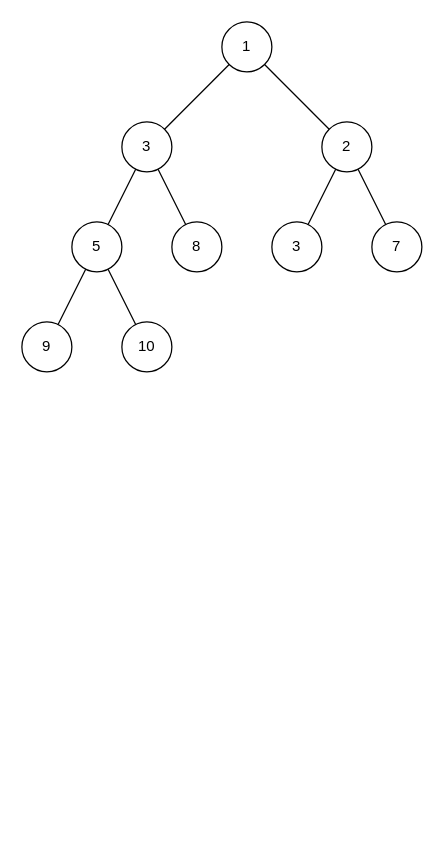
Gearinger/GearSetting keeps this draw.io diagram as drawio/二叉堆.drawio. Above is the earlier version. Source tidied: cells renumbered, new cells numbered last; positions are measured from the earlier drawing's top-left corner, leaving out a move shared by most shapes. Both pictures are drawn from the tidied source at 125%, with x=0, y=0 at pixel (21, 21).
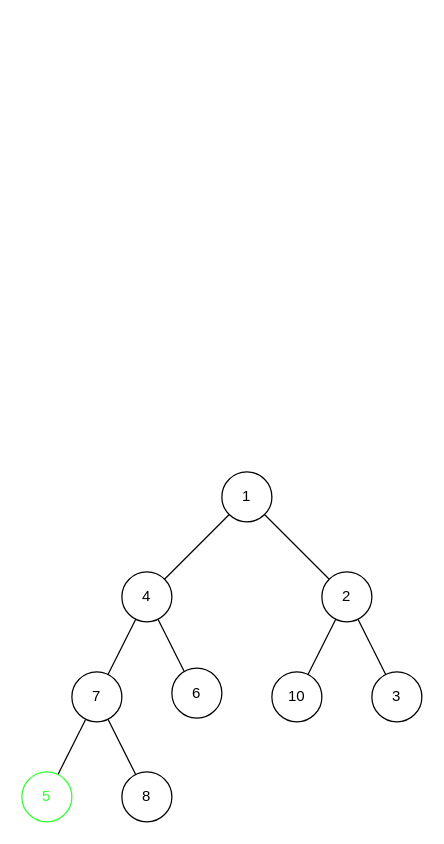
Above is the later version.

Commit message:
更新二叉堆.drawio

The edit, as a diff of the source:
```diff
@@
-    <mxCell id="2" style="rounded=0;jettySize=auto;html=1;endArrow=none;endFill=0;" parent="1" edge="1" source="4" target="5">
-      <mxGeometry relative="1" as="geometry" />
-    </mxCell>
-    <mxCell id="3" style="rounded=0;jettySize=auto;html=1;endArrow=none;endFill=0;" parent="1" edge="1" source="4" target="6">
-      <mxGeometry relative="1" as="geometry" />
-    </mxCell>
+    <mxCell id="19" style="rounded=0;orthogonalLoop=1;jettySize=auto;html=1;endArrow=none;endFill=0;" parent="1" edge="1">
+      <mxGeometry relative="1" as="geometry">
+        <mxPoint x="165.9" y="394.1" as="sourcePoint" />
+        <mxPoint x="114.1" y="445.9" as="targetPoint" />
+      </mxGeometry>
+    </mxCell>
+    <mxCell id="20" style="rounded=0;orthogonalLoop=1;jettySize=auto;html=1;endArrow=none;endFill=0;" parent="1" edge="1">
+      <mxGeometry relative="1" as="geometry">
+        <mxPoint x="194.1" y="394.1" as="sourcePoint" />
+        <mxPoint x="245.9" y="445.9" as="targetPoint" />
+      </mxGeometry>
+    </mxCell>
+    <mxCell id="21" value="3" style="ellipse;whiteSpace=wrap;html=1;" parent="1" vertex="1">
+      <mxGeometry x="280" y="520" width="40" height="40" as="geometry" />
+    </mxCell>
+    <mxCell id="8" value="8" style="ellipse;whiteSpace=wrap;html=1;" parent="1" vertex="1">
+      <mxGeometry x="80" y="600" width="40" height="40" as="geometry" />
+    </mxCell>
+    <mxCell id="22" style="rounded=0;orthogonalLoop=1;jettySize=auto;html=1;endArrow=none;endFill=0;" parent="1" edge="1">
+      <mxGeometry relative="1" as="geometry">
+        <mxPoint x="91.1" y="477.9" as="sourcePoint" />
+        <mxPoint x="68.9" y="522.1" as="targetPoint" />
+      </mxGeometry>
+    </mxCell>
+    <mxCell id="23" style="rounded=0;orthogonalLoop=1;jettySize=auto;html=1;endArrow=none;endFill=0;" parent="1" edge="1">
+      <mxGeometry relative="1" as="geometry">
+        <mxPoint x="108.9" y="477.9" as="sourcePoint" />
+        <mxPoint x="131.1" y="522.1" as="targetPoint" />
+      </mxGeometry>
+    </mxCell>
+    <mxCell id="24" style="rounded=0;orthogonalLoop=1;jettySize=auto;html=1;endArrow=none;endFill=0;" parent="1" edge="1">
+      <mxGeometry relative="1" as="geometry">
+        <mxPoint x="251.1" y="477.9" as="sourcePoint" />
+        <mxPoint x="228.9" y="522.1" as="targetPoint" />
+      </mxGeometry>
+    </mxCell>
+    <mxCell id="25" style="rounded=0;jettySize=auto;html=1;endArrow=none;endFill=0;" parent="1" edge="1" target="8">
+      <mxGeometry relative="1" as="geometry">
+        <mxPoint x="68.9" y="557.9" as="sourcePoint" />
+      </mxGeometry>
+    </mxCell>
+    <mxCell id="26" style="rounded=0;orthogonalLoop=1;jettySize=auto;html=1;endArrow=none;endFill=0;" parent="1" edge="1">
+      <mxGeometry relative="1" as="geometry">
+        <mxPoint x="51.1" y="557.9" as="sourcePoint" />
+        <mxPoint x="28.9" y="602.1" as="targetPoint" />
+      </mxGeometry>
+    </mxCell>
+    <mxCell id="27" style="rounded=0;jettySize=auto;html=1;endArrow=none;endFill=0;" parent="1" edge="1" target="21">
+      <mxGeometry relative="1" as="geometry">
+        <mxPoint x="268.9" y="477.9" as="sourcePoint" />
+      </mxGeometry>
+    </mxCell>
+    <mxCell id="10" value="7" style="ellipse;whiteSpace=wrap;html=1;strokeColor=#000000;" parent="1" vertex="1">
+      <mxGeometry x="40" y="520" width="40" height="40" as="geometry" />
+    </mxCell>
+    <mxCell id="28" value="4" style="ellipse;whiteSpace=wrap;html=1;" parent="1" vertex="1">
+      <mxGeometry x="80" y="440" width="40" height="40" as="geometry" />
+    </mxCell>
+    <mxCell id="12" value="10" style="ellipse;whiteSpace=wrap;html=1;strokeColor=#000000;" parent="1" vertex="1">
+      <mxGeometry x="200" y="520" width="40" height="40" as="geometry" />
+    </mxCell>
+    <mxCell id="6" value="2" style="ellipse;whiteSpace=wrap;html=1;" parent="1" vertex="1">
+      <mxGeometry x="240" y="440" width="40" height="40" as="geometry" />
+    </mxCell>
+    <mxCell id="29" value="6" style="ellipse;whiteSpace=wrap;html=1;strokeColor=#000000;" parent="1" vertex="1">
+      <mxGeometry x="120" y="517" width="40" height="40" as="geometry" />
+    </mxCell>
     <mxCell id="4" value="1" style="ellipse;whiteSpace=wrap;html=1;" parent="1" vertex="1">
-      <mxGeometry x="160" width="40" height="40" as="geometry" />
+      <mxGeometry x="160" y="360" width="40" height="40" as="geometry" />
     </mxCell>
-    <mxCell id="5" value="3" style="ellipse;whiteSpace=wrap;html=1;" parent="1" vertex="1">
-      <mxGeometry x="80" y="80" width="40" height="40" as="geometry" />
-    </mxCell>
-    <mxCell id="6" value="2" style="ellipse;whiteSpace=wrap;html=1;" parent="1" vertex="1">
-      <mxGeometry x="240" y="80" width="40" height="40" as="geometry" />
-    </mxCell>
-    <mxCell id="7" value="5" style="ellipse;whiteSpace=wrap;html=1;" parent="1" vertex="1">
-      <mxGeometry x="40" y="160" width="40" height="40" as="geometry" />
+    <mxCell id="7" value="&lt;font color=&quot;#33ff33&quot;&gt;5&lt;/font&gt;" style="ellipse;whiteSpace=wrap;html=1;strokeColor=#33FF33;" parent="1" vertex="1">
+      <mxGeometry y="600" width="40" height="40" as="geometry" />
     </mxCell>
-    <mxCell id="8" value="8" style="ellipse;whiteSpace=wrap;html=1;" parent="1" vertex="1">
-      <mxGeometry x="120" y="160" width="40" height="40" as="geometry" />
-    </mxCell>
-    <mxCell id="9" value="3" style="ellipse;whiteSpace=wrap;html=1;" parent="1" vertex="1">
-      <mxGeometry x="200" y="160" width="40" height="40" as="geometry" />
-    </mxCell>
-    <mxCell id="10" value="7" style="ellipse;whiteSpace=wrap;html=1;" parent="1" vertex="1">
-      <mxGeometry x="280" y="160" width="40" height="40" as="geometry" />
-    </mxCell>
-    <mxCell id="11" value="9" style="ellipse;whiteSpace=wrap;html=1;" parent="1" vertex="1">
-      <mxGeometry y="240" width="40" height="40" as="geometry" />
-    </mxCell>
-    <mxCell id="12" value="10" style="ellipse;whiteSpace=wrap;html=1;" parent="1" vertex="1">
-      <mxGeometry x="80" y="240" width="40" height="40" as="geometry" />
-    </mxCell>
-    <mxCell id="13" style="rounded=0;jettySize=auto;html=1;endArrow=none;endFill=0;" parent="1" edge="1" source="5" target="7">
-      <mxGeometry relative="1" as="geometry" />
-    </mxCell>
-    <mxCell id="14" style="rounded=0;jettySize=auto;html=1;endArrow=none;endFill=0;" parent="1" edge="1" source="5" target="8">
-      <mxGeometry relative="1" as="geometry" />
-    </mxCell>
-    <mxCell id="15" style="rounded=0;jettySize=auto;html=1;endArrow=none;endFill=0;" parent="1" edge="1" source="6" target="9">
-      <mxGeometry relative="1" as="geometry" />
-    </mxCell>
-    <mxCell id="16" style="rounded=0;jettySize=auto;html=1;endArrow=none;endFill=0;" parent="1" edge="1" source="7" target="12">
-      <mxGeometry relative="1" as="geometry" />
-    </mxCell>
-    <mxCell id="17" style="rounded=0;jettySize=auto;html=1;endArrow=none;endFill=0;" parent="1" edge="1" source="7" target="11">
-      <mxGeometry relative="1" as="geometry" />
-    </mxCell>
-    <mxCell id="18" style="rounded=0;jettySize=auto;html=1;endArrow=none;endFill=0;" parent="1" edge="1" source="6" target="10">
-      <mxGeometry relative="1" as="geometry" />
-    </mxCell>
```
